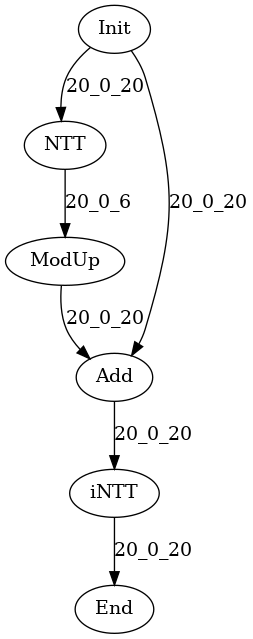
Earlier version of the Graphviz export data/graph_poly.dot.png (hal-lab-u-tokyo/PolyFHE). Its source is kept beside it as data/graph_poly.dot. Its diagram source:
```dot
digraph G {
Init[label="Init"];
End[label="End"];
NTT[label="NTT"];
iNTT[label="iNTT"];
ModUp[label="ModUp"];
Add[label="Add"];
Init -> NTT[label="20_0_20"];
NTT -> ModUp[label="20_0_6"];
ModUp -> Add[label="20_0_20"];
Init -> Add[label="20_0_20"];
Add -> iNTT[label="20_0_20"];
iNTT -> End[label="20_0_20"];
}
```
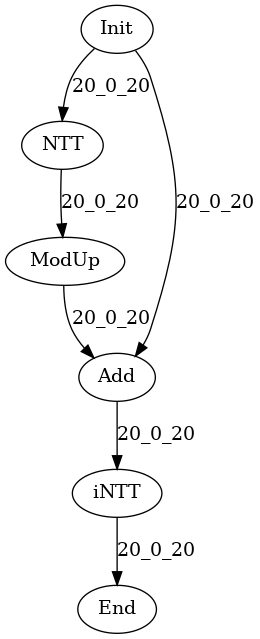
The same file after the commit.

The edit, as a diff of the source:
```diff
@@ -3,10 +3,10 @@
 End[label="End"];
 NTT[label="NTT"];
 iNTT[label="iNTT"];
+Add[label="Add"];
 ModUp[label="ModUp"];
-Add[label="Add"];
 Init -> NTT[label="20_0_20"];
-NTT -> ModUp[label="20_0_6"];
+NTT -> ModUp[label="20_0_20"];
 ModUp -> Add[label="20_0_20"];
 Init -> Add[label="20_0_20"];
 Add -> iNTT[label="20_0_20"];
```
